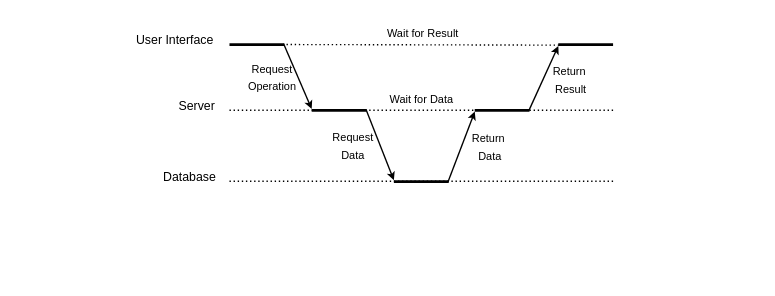
DrXneaky/Diagram keeps this draw.io diagram as flow_component.drawio. Above is the earlier version. Source tidied: cells renumbered, new cells numbered last; positions are measured from the earlier drawing's top-left corner, leaving out a move shared by most shapes. Both pictures are drawn from the tidied source at 137%, with x=0, y=0 at pixel (134, 27).
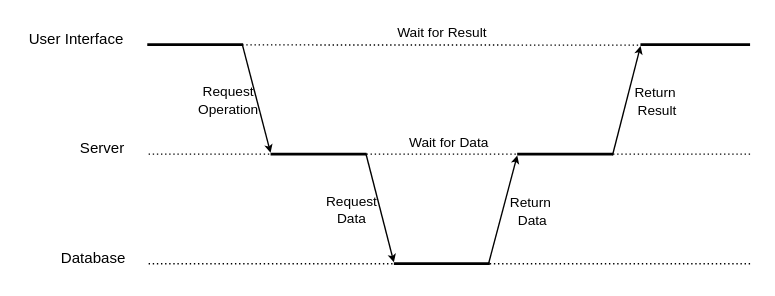
Above is the later version.

The edit, as a diff of the source:
```diff
@@
     <mxCell id="2" style="line;strokeWidth=2;fillColor=none;align=left;verticalAlign=middle;spacingTop=-1;spacingLeft=3;spacingRight=3;labelPosition=right;points=[];portConstraint=eastwest;" parent="1" vertex="1">
-      <mxGeometry x="69" y="8" width="40" height="8" as="geometry" />
+      <mxGeometry x="9" y="8" width="70" height="8" as="geometry" />
     </mxCell>
     <mxCell id="3" style="line;strokeWidth=2;fillColor=none;align=left;verticalAlign=middle;spacingTop=-1;spacingLeft=3;spacingRight=3;labelPosition=right;points=[];portConstraint=eastwest;" parent="1" vertex="1">
-      <mxGeometry x="309" y="8" width="40" height="8" as="geometry" />
+      <mxGeometry x="369" y="8" width="80" height="8" as="geometry" />
     </mxCell>
     <mxCell id="4" style="line;strokeWidth=2;fillColor=none;align=left;verticalAlign=middle;spacingTop=-1;spacingLeft=3;spacingRight=3;labelPosition=right;points=[];portConstraint=eastwest;" parent="1" vertex="1">
-      <mxGeometry x="129" y="56" width="40" height="8" as="geometry" />
+      <mxGeometry x="99" y="88" width="70" height="8" as="geometry" />
     </mxCell>
     <mxCell id="5" style="line;strokeWidth=2;fillColor=none;align=left;verticalAlign=middle;spacingTop=-1;spacingLeft=3;spacingRight=3;labelPosition=right;points=[];portConstraint=eastwest;" parent="1" vertex="1">
-      <mxGeometry x="248" y="56" width="40" height="8" as="geometry" />
+      <mxGeometry x="279" y="88" width="70" height="8" as="geometry" />
     </mxCell>
     <mxCell id="6" style="line;strokeWidth=2;fillColor=none;align=left;verticalAlign=middle;spacingTop=-1;spacingLeft=3;spacingRight=3;labelPosition=right;points=[];portConstraint=eastwest;" parent="1" vertex="1">
-      <mxGeometry x="189" y="108" width="40" height="8" as="geometry" />
+      <mxGeometry x="189" y="168" width="70" height="8" as="geometry" />
     </mxCell>
-    <mxCell id="7" value="&lt;font style=&quot;font-size: 8px&quot; face=&quot;Old Standard TT&quot;&gt;Request&lt;br&gt;Operation&lt;/font&gt;" style="html=1;verticalAlign=bottom;endArrow=classic;entryX=0;entryY=0.377;entryDx=0;entryDy=0;entryPerimeter=0;exitX=0.988;exitY=0.421;exitDx=0;exitDy=0;exitPerimeter=0;endSize=3;startSize=1;endFill=1;labelBackgroundColor=none;" parent="1" edge="1" target="4">
-      <mxGeometry x="0.26" y="-24" relative="1" as="geometry">
-        <mxPoint x="108.5" y="11.4" as="sourcePoint" />
-      </mxGeometry>
+    <mxCell id="7" value="&lt;font style=&quot;font-size: 10px&quot; face=&quot;Old Standard TT&quot;&gt;Request&lt;br&gt;Operation&lt;/font&gt;" style="html=1;verticalAlign=bottom;endArrow=classic;entryX=0;entryY=0.377;entryDx=0;entryDy=0;entryPerimeter=0;exitX=0.992;exitY=0.534;exitDx=0;exitDy=0;exitPerimeter=0;endSize=3;startSize=1;endFill=1;labelBackgroundColor=none;" parent="1" edge="1" source="2" target="4">
+      <mxGeometry x="0.26" y="-24" relative="1" as="geometry" />
     </mxCell>
-    <mxCell id="8" value="&lt;font style=&quot;font-size: 8px&quot; face=&quot;Old Standard TT&quot;&gt;Request&lt;br&gt;Data&lt;br&gt;&lt;/font&gt;" style="html=1;verticalAlign=bottom;endArrow=classic;entryX=0;entryY=0.377;entryDx=0;entryDy=0;entryPerimeter=0;exitX=0.989;exitY=0.479;exitDx=0;exitDy=0;exitPerimeter=0;endSize=3;startSize=1;endFill=1;labelBackgroundColor=none;" parent="1" edge="1" target="6">
-      <mxGeometry x="0.26" y="-24" relative="1" as="geometry">
-        <mxPoint x="168.6" y="59.3" as="sourcePoint" />
-      </mxGeometry>
+    <mxCell id="8" value="&lt;font style=&quot;font-size: 10px&quot; face=&quot;Old Standard TT&quot;&gt;Request&lt;br&gt;Data&lt;br&gt;&lt;/font&gt;" style="html=1;verticalAlign=bottom;endArrow=classic;entryX=0;entryY=0.377;entryDx=0;entryDy=0;entryPerimeter=0;exitX=0.993;exitY=0.421;exitDx=0;exitDy=0;exitPerimeter=0;endSize=3;startSize=1;endFill=1;labelBackgroundColor=none;" parent="1" edge="1" source="4" target="6">
+      <mxGeometry x="0.26" y="-24" relative="1" as="geometry" />
     </mxCell>
-    <mxCell id="9" value="&lt;font style=&quot;font-size: 8px&quot; face=&quot;Old Standard TT&quot;&gt;Return&amp;nbsp;&lt;br&gt;Data&lt;br&gt;&lt;/font&gt;" style="html=1;verticalAlign=bottom;endArrow=classic;endSize=3;startSize=1;endFill=1;labelBackgroundColor=none;exitX=0.985;exitY=0.575;exitDx=0;exitDy=0;exitPerimeter=0;entryX=0.001;entryY=0.622;entryDx=0;entryDy=0;entryPerimeter=0;" parent="1" edge="1" source="6" target="5">
+    <mxCell id="9" value="&lt;font style=&quot;font-size: 10px&quot; face=&quot;Old Standard TT&quot;&gt;Return&amp;nbsp;&lt;br&gt;Data&lt;br&gt;&lt;/font&gt;" style="html=1;verticalAlign=bottom;endArrow=classic;endSize=3;startSize=1;endFill=1;labelBackgroundColor=none;exitX=0.985;exitY=0.575;exitDx=0;exitDy=0;exitPerimeter=0;entryX=0.001;entryY=0.622;entryDx=0;entryDy=0;entryPerimeter=0;" parent="1" edge="1" source="6" target="5">
       <mxGeometry x="-0.25" y="-25" relative="1" as="geometry" />
     </mxCell>
-    <mxCell id="10" value="&lt;font style=&quot;font-size: 8px&quot; face=&quot;Old Standard TT&quot;&gt;Return&amp;nbsp;&lt;br&gt;Result&lt;br&gt;&lt;/font&gt;" style="html=1;verticalAlign=bottom;endArrow=classic;endSize=3;startSize=1;endFill=1;labelBackgroundColor=none;exitX=0.988;exitY=0.532;exitDx=0;exitDy=0;exitPerimeter=0;entryX=0.001;entryY=0.629;entryDx=0;entryDy=0;entryPerimeter=0;" parent="1" edge="1" source="5" target="3">
+    <mxCell id="10" value="&lt;font style=&quot;font-size: 10px&quot; face=&quot;Old Standard TT&quot;&gt;Return&amp;nbsp;&lt;br&gt;Result&lt;br&gt;&lt;/font&gt;" style="html=1;verticalAlign=bottom;endArrow=classic;endSize=3;startSize=1;endFill=1;labelBackgroundColor=none;exitX=0.994;exitY=0.604;exitDx=0;exitDy=0;exitPerimeter=0;entryX=0.001;entryY=0.629;entryDx=0;entryDy=0;entryPerimeter=0;" parent="1" edge="1" source="5" target="3">
       <mxGeometry x="-0.25" y="-25" relative="1" as="geometry" />
     </mxCell>
-    <mxCell id="11" value="&lt;font face=&quot;Old Standard TT&quot; style=&quot;font-size: 8px&quot;&gt;Wait for Data&lt;/font&gt;" style="html=1;verticalAlign=bottom;endArrow=none;dashed=1;endSize=8;dashPattern=1 2;labelBackgroundColor=none;strokeWidth=1;endFill=0;" parent="1" edge="1">
-      <mxGeometry relative="1" as="geometry">
-        <mxPoint x="349" y="60" as="sourcePoint" />
-        <mxPoint x="69" y="60" as="targetPoint" />
-      </mxGeometry>
-    </mxCell>
-    <mxCell id="12" value="&lt;font face=&quot;Old Standard TT&quot; style=&quot;font-size: 8px&quot;&gt;Wait for Result&lt;/font&gt;" style="html=1;verticalAlign=bottom;endArrow=none;dashed=1;endSize=8;dashPattern=1 2;labelBackgroundColor=none;strokeWidth=1;endFill=0;exitX=0.016;exitY=0.556;exitDx=0;exitDy=0;exitPerimeter=0;" parent="1" edge="1" source="3">
-      <mxGeometry relative="1" as="geometry">
-        <mxPoint x="109" y="12" as="targetPoint" />
-      </mxGeometry>
+    <mxCell id="12" value="&lt;font face=&quot;Old Standard TT&quot; style=&quot;font-size: 10px&quot;&gt;Wait for Result&lt;/font&gt;" style="html=1;verticalAlign=bottom;endArrow=none;dashed=1;endSize=8;dashPattern=1 2;labelBackgroundColor=none;strokeWidth=1;endFill=0;exitX=0.016;exitY=0.556;exitDx=0;exitDy=0;exitPerimeter=0;entryX=0.994;entryY=0.534;entryDx=0;entryDy=0;entryPerimeter=0;" parent="1" edge="1" source="3" target="2">
+      <mxGeometry relative="1" as="geometry" />
     </mxCell>
-    <mxCell id="13" value="&lt;font face=&quot;Old Standard TT&quot; style=&quot;font-size: 9px&quot;&gt;User Interface&lt;/font&gt;" style="text;html=1;strokeColor=none;fillColor=none;align=center;verticalAlign=middle;whiteSpace=wrap;rounded=0;" parent="1" vertex="1">
-      <mxGeometry width="59" height="16" as="geometry" />
+    <mxCell id="13" value="&lt;font face=&quot;Old Standard TT&quot; style=&quot;font-size: 11px&quot;&gt;User Interface&lt;/font&gt;" style="text;html=1;strokeColor=none;fillColor=none;align=center;verticalAlign=middle;whiteSpace=wrap;rounded=0;" parent="1" vertex="1">
+      <mxGeometry x="-81" width="77" height="16" as="geometry" />
     </mxCell>
-    <mxCell id="14" value="&lt;font face=&quot;Old Standard TT&quot;&gt;&lt;font style=&quot;font-size: 9px&quot;&gt;Server&lt;/font&gt;&lt;br&gt;&lt;/font&gt;" style="text;html=1;strokeColor=none;fillColor=none;align=center;verticalAlign=middle;whiteSpace=wrap;rounded=0;" parent="1" vertex="1">
-      <mxGeometry x="32" y="48" width="27" height="16" as="geometry" />
+    <mxCell id="14" value="&lt;font face=&quot;Old Standard TT&quot;&gt;&lt;font style=&quot;font-size: 11px&quot;&gt;Server&lt;/font&gt;&lt;br&gt;&lt;/font&gt;" style="text;html=1;strokeColor=none;fillColor=none;align=center;verticalAlign=middle;whiteSpace=wrap;rounded=0;" parent="1" vertex="1">
+      <mxGeometry x="-43" y="80" width="39" height="16" as="geometry" />
     </mxCell>
-    <mxCell id="15" style="html=1;verticalAlign=bottom;endArrow=none;dashed=1;endSize=8;dashPattern=1 2;labelBackgroundColor=none;strokeWidth=1;endFill=0;entryX=1;entryY=0.75;entryDx=0;entryDy=0;" parent="1" edge="1">
+    <mxCell id="15" style="html=1;verticalAlign=bottom;endArrow=none;dashed=1;endSize=8;dashPattern=1 2;labelBackgroundColor=none;strokeWidth=1;endFill=0;" parent="1" edge="1">
       <mxGeometry relative="1" as="geometry">
-        <mxPoint x="349" y="111.8" as="sourcePoint" />
-        <mxPoint x="69" y="111.8" as="targetPoint" />
+        <mxPoint x="449" y="172" as="sourcePoint" />
+        <mxPoint x="9" y="172" as="targetPoint" />
       </mxGeometry>
     </mxCell>
-    <mxCell id="16" value="&lt;font face=&quot;Old Standard TT&quot; style=&quot;font-size: 9px&quot;&gt;Database&amp;nbsp;&lt;/font&gt;" style="text;html=1;strokeColor=none;fillColor=none;align=center;verticalAlign=middle;whiteSpace=wrap;rounded=0;" parent="1" vertex="1">
-      <mxGeometry x="24" y="100" width="35" height="16" as="geometry" />
+    <mxCell id="16" value="&lt;font face=&quot;Old Standard TT&quot; style=&quot;font-size: 11px&quot;&gt;Database&amp;nbsp;&lt;/font&gt;" style="text;html=1;strokeColor=none;fillColor=none;align=center;verticalAlign=middle;whiteSpace=wrap;rounded=0;" parent="1" vertex="1">
+      <mxGeometry x="-53" y="160" width="49" height="16" as="geometry" />
     </mxCell>
+    <mxCell id="11" value="&lt;font face=&quot;Old Standard TT&quot; style=&quot;font-size: 10px&quot;&gt;Wait for Data&lt;/font&gt;" style="html=1;verticalAlign=bottom;endArrow=none;dashed=1;endSize=8;dashPattern=1 2;labelBackgroundColor=none;strokeWidth=1;endFill=0;" parent="1" edge="1">
+      <mxGeometry relative="1" as="geometry">
+        <mxPoint x="449" y="92" as="sourcePoint" />
+        <mxPoint x="9" y="92" as="targetPoint" />
+      </mxGeometry>
+    </mxCell>
```
